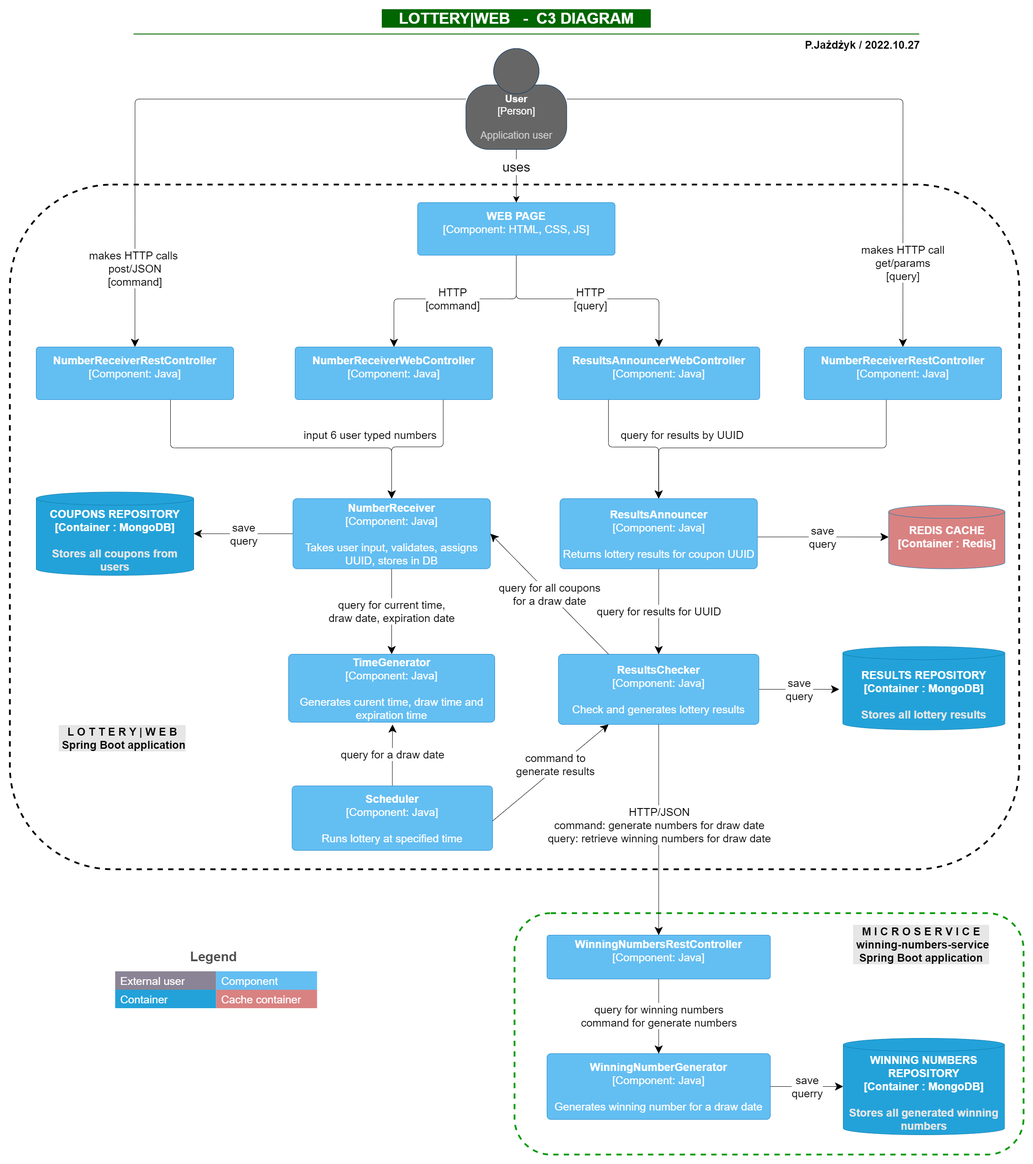
pjazdzyk/lottery-web keeps this draw.io diagram as architecture/C3_Architecture.png. Above is the earlier version. Source tidied: cells renumbered, new cells last; positions are measured from the earlier drawing's top-left corner, leaving out a move shared by most shapes.
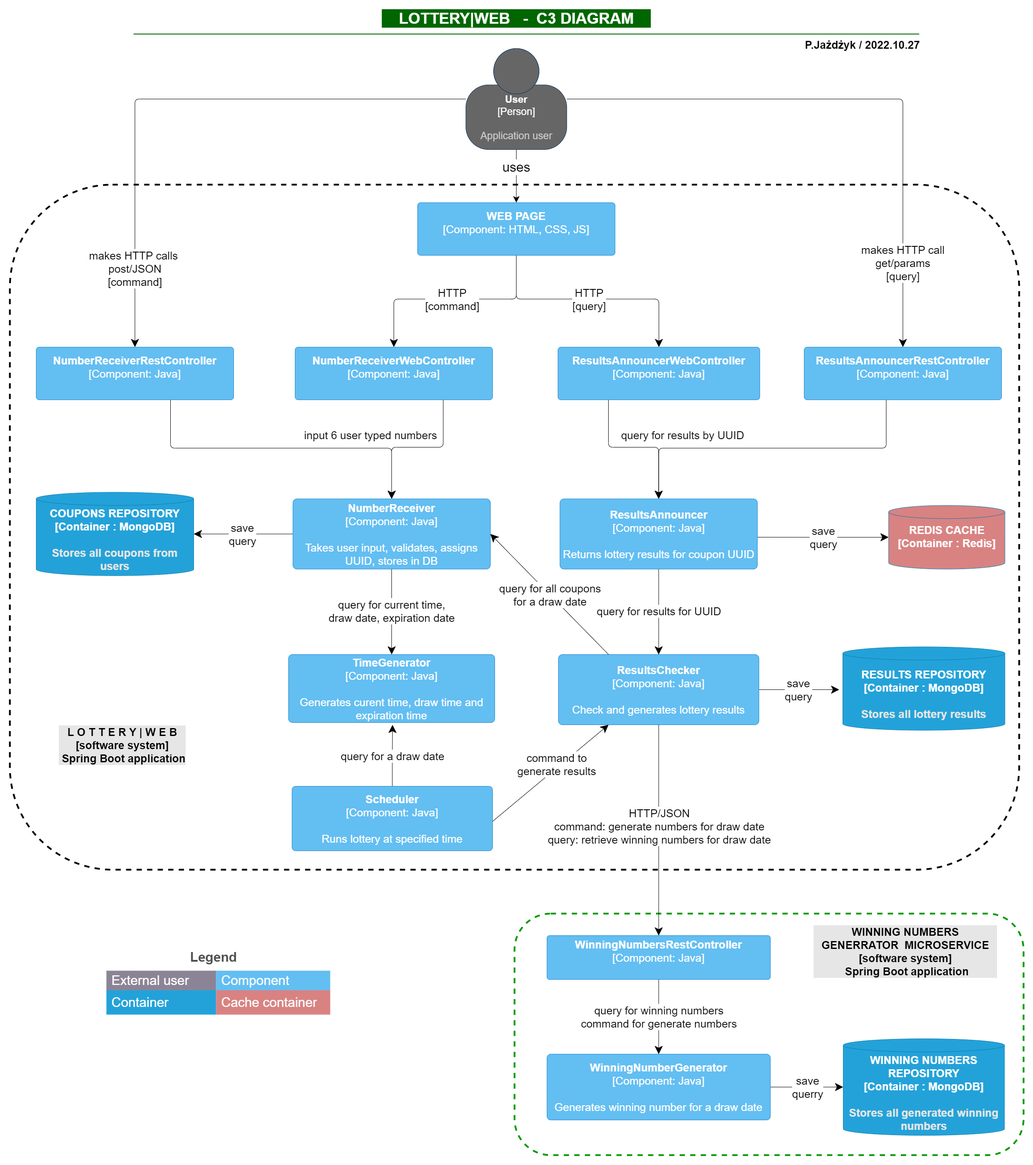
The same diagram one commit later.

The edit, as a diff of the source:
```diff
@@ -88,7 +88,7 @@
         <mxPoint x="1" as="offset" />
       </mxGeometry>
     </mxCell>
-    <object id="20" label="&lt;font style=&quot;font-size: 25px;&quot;&gt;&lt;b style=&quot;font-size: 25px;&quot;&gt;%c4Name%&lt;/b&gt;&lt;/font&gt;&lt;div style=&quot;font-size: 25px;&quot;&gt;[%c4Type%: %c4Technology%]&lt;/div&gt;&lt;br style=&quot;font-size: 25px;&quot;&gt;&lt;div style=&quot;font-size: 25px;&quot;&gt;&lt;font style=&quot;font-size: 25px;&quot;&gt;%c4Description%&lt;/font&gt;&lt;/div&gt;" c4Description="" c4Name="NumberReceiverRestController" c4Technology="Java" c4Type="Component" placeholders="1">
+    <object id="20" label="&lt;font style=&quot;font-size: 25px;&quot;&gt;&lt;b style=&quot;font-size: 25px;&quot;&gt;%c4Name%&lt;/b&gt;&lt;/font&gt;&lt;div style=&quot;font-size: 25px;&quot;&gt;[%c4Type%: %c4Technology%]&lt;/div&gt;&lt;br style=&quot;font-size: 25px;&quot;&gt;&lt;div style=&quot;font-size: 25px;&quot;&gt;&lt;font style=&quot;font-size: 25px;&quot;&gt;%c4Description%&lt;/font&gt;&lt;/div&gt;" c4Description="" c4Name="ResultsAnnouncerRestController" c4Technology="Java" c4Type="Component" placeholders="1">
       <mxCell style="rounded=1;whiteSpace=wrap;html=1;labelBackgroundColor=none;fillColor=#63BEF2;fontColor=#ffffff;align=center;arcSize=6;strokeColor=#2086C9;points=[[0.25,0,0],[0.5,0,0],[0.75,0,0],[1,0.25,0],[1,0.5,0],[1,0.75,0],[0.75,1,0],[0.5,1,0],[0.25,1,0],[0,0.75,0],[0,0.5,0],[0,0.25,0]];fontSize=25;" parent="1" vertex="1">
         <mxGeometry x="1810" y="769" width="450" height="120" as="geometry" />
       </mxCell>
@@ -164,20 +164,20 @@
     <mxCell id="37" value="query for all coupons&lt;br&gt;for a draw date" style="endArrow=classic;html=1;rounded=1;labelBackgroundColor=default;strokeColor=#000000;fontSize=25;fontColor=#000000;endSize=16;exitX=0.25;exitY=0;exitDx=0;exitDy=0;exitPerimeter=0;entryX=1;entryY=0.5;entryDx=0;entryDy=0;entryPerimeter=0;" parent="1" edge="1" source="29" target="23">
       <mxGeometry relative="1" as="geometry" />
     </mxCell>
-    <mxCell id="38" value="&lt;span style=&quot;font-size: 25px;&quot;&gt;External user&lt;/span&gt;" style="shape=partialRectangle;html=1;whiteSpace=wrap;fillColor=#8B8496;top=0;left=0;bottom=0;right=0;overflow=hidden;align=left;spacingLeft=10;fontColor=#FFFFFF;fontSize=25;" parent="1" vertex="1">
-      <mxGeometry x="240" y="2191.5" width="230" height="42" as="geometry" />
+    <mxCell id="38" value="&lt;span style=&quot;font-size: 30px;&quot;&gt;External user&lt;/span&gt;" style="shape=partialRectangle;html=1;whiteSpace=wrap;fillColor=#8B8496;top=0;left=0;bottom=0;right=0;overflow=hidden;align=left;spacingLeft=10;fontColor=#FFFFFF;fontSize=30;" parent="1" vertex="1">
+      <mxGeometry x="220" y="2189" width="250" height="44.5" as="geometry" />
     </mxCell>
-    <mxCell id="39" value="&lt;span style=&quot;font-size: 25px;&quot;&gt;Container&lt;/span&gt;" style="shape=partialRectangle;html=1;whiteSpace=wrap;fillColor=#23A2D9;top=0;left=0;bottom=0;right=0;overflow=hidden;align=left;spacingLeft=10;fontColor=#FFFFFF;fontSize=25;" parent="1" vertex="1">
-      <mxGeometry x="240" y="2233.5" width="230" height="42" as="geometry" />
+    <mxCell id="39" value="&lt;span style=&quot;font-size: 30px;&quot;&gt;Container&lt;/span&gt;" style="shape=partialRectangle;html=1;whiteSpace=wrap;fillColor=#23A2D9;top=0;left=0;bottom=0;right=0;overflow=hidden;align=left;spacingLeft=10;fontColor=#FFFFFF;fontSize=30;" parent="1" vertex="1">
+      <mxGeometry x="220" y="2233.5" width="250" height="55.5" as="geometry" />
     </mxCell>
-    <mxCell id="40" value="&lt;span style=&quot;font-size: 25px;&quot;&gt;Component&lt;/span&gt;" style="shape=partialRectangle;html=1;whiteSpace=wrap;fillColor=#63BEF2;top=0;left=0;bottom=0;right=0;overflow=hidden;align=left;spacingLeft=10;fontColor=#FFFFFF;fontSize=25;" parent="1" vertex="1">
-      <mxGeometry x="470" y="2191.5" width="230" height="42" as="geometry" />
+    <mxCell id="40" value="&lt;span style=&quot;font-size: 30px;&quot;&gt;Component&lt;/span&gt;" style="shape=partialRectangle;html=1;whiteSpace=wrap;fillColor=#63BEF2;top=0;left=0;bottom=0;right=0;overflow=hidden;align=left;spacingLeft=10;fontColor=#FFFFFF;fontSize=30;" parent="1" vertex="1">
+      <mxGeometry x="470" y="2189" width="260" height="44.5" as="geometry" />
     </mxCell>
-    <mxCell id="41" value="&lt;span style=&quot;font-size: 25px;&quot;&gt;Cache container&lt;/span&gt;" style="shape=partialRectangle;html=1;whiteSpace=wrap;fillColor=#D98282;top=0;left=0;bottom=0;right=0;overflow=hidden;align=left;spacingLeft=10;fontColor=#FFFFFF;fontSize=25;" parent="1" vertex="1">
-      <mxGeometry x="470" y="2233.5" width="230" height="42" as="geometry" />
+    <mxCell id="41" value="&lt;span style=&quot;font-size: 30px;&quot;&gt;Cache container&lt;/span&gt;" style="shape=partialRectangle;html=1;whiteSpace=wrap;fillColor=#D98282;top=0;left=0;bottom=0;right=0;overflow=hidden;align=left;spacingLeft=10;fontColor=#FFFFFF;fontSize=30;" parent="1" vertex="1">
+      <mxGeometry x="470" y="2233.5" width="260" height="55.5" as="geometry" />
     </mxCell>
-    <mxCell id="42" value="&lt;div style=&quot;text-align: center;&quot;&gt;&lt;span style=&quot;&quot;&gt;M I C R O S E R V I C E&lt;/span&gt;&lt;/div&gt;&lt;div style=&quot;text-align: center;&quot;&gt;&lt;span style=&quot;&quot;&gt;&amp;nbsp;winning-numbers-service&lt;/span&gt;&lt;/div&gt;&lt;div style=&quot;text-align: center;&quot;&gt;&lt;span style=&quot;&quot;&gt;Spring Boot application&lt;/span&gt;&lt;/div&gt;" style="text;whiteSpace=wrap;html=1;fontSize=25;fontColor=#000000;strokeWidth=3;fontStyle=1;labelBackgroundColor=#E6E6E6;" parent="1" vertex="1">
-      <mxGeometry x="1920" y="2079" width="370" height="50" as="geometry" />
+    <mxCell id="42" value="&lt;div style=&quot;text-align: center;&quot;&gt;&lt;span style=&quot;&quot;&gt;WINNING NUMBERS GENERRATOR&amp;nbsp; MICROSERVICE&lt;/span&gt;&lt;/div&gt;&lt;div style=&quot;text-align: center;&quot;&gt;&lt;span style=&quot;&quot;&gt;[software system]&lt;/span&gt;&lt;/div&gt;&lt;div style=&quot;text-align: center;&quot;&gt;&lt;span style=&quot;&quot;&gt;&amp;nbsp;&lt;/span&gt;Spring Boot application&lt;/div&gt;" style="text;whiteSpace=wrap;html=1;fontSize=25;fontColor=#000000;strokeWidth=3;fontStyle=1;labelBackgroundColor=#E6E6E6;" parent="1" vertex="1">
+      <mxGeometry x="1830" y="2079" width="420" height="40" as="geometry" />
     </mxCell>
     <mxCell id="43" value="&lt;div style=&quot;text-align: center;&quot;&gt;&lt;span style=&quot;background-color: rgb(255, 255, 255);&quot;&gt;P.Jażdżyk / 2022.10.27&lt;/span&gt;&lt;/div&gt;" style="text;whiteSpace=wrap;html=1;fontSize=25;fontColor=#000000;strokeWidth=3;fontStyle=1;" parent="1" vertex="1">
       <mxGeometry x="1810" y="59" width="370" height="50" as="geometry" />
@@ -213,7 +213,7 @@
         <mxGeometry x="1224" y="2379" width="509" height="150" as="geometry" />
       </mxCell>
     </object>
-    <mxCell id="51" value="&lt;div style=&quot;text-align: center;&quot;&gt;&lt;span style=&quot;&quot;&gt;L O T T E R Y | W E B&lt;/span&gt;&lt;/div&gt;&lt;div style=&quot;text-align: center;&quot;&gt;&lt;span style=&quot;&quot;&gt;&amp;nbsp;Spring Boot application&lt;/span&gt;&lt;/div&gt;" style="text;whiteSpace=wrap;html=1;fontSize=25;fontColor=#000000;strokeWidth=3;fontStyle=1;labelBackgroundColor=#E6E6E6;" parent="1" vertex="1">
+    <mxCell id="51" value="&lt;div style=&quot;text-align: center;&quot;&gt;&lt;span style=&quot;&quot;&gt;L O T T E R Y | W E B&lt;/span&gt;&lt;/div&gt;&lt;div style=&quot;text-align: center;&quot;&gt;&lt;span style=&quot;&quot;&gt;[software system]&lt;/span&gt;&lt;/div&gt;&lt;div style=&quot;text-align: center;&quot;&gt;&lt;span style=&quot;&quot;&gt;&amp;nbsp;Spring Boot application&lt;/span&gt;&lt;/div&gt;" style="text;whiteSpace=wrap;html=1;fontSize=25;fontColor=#000000;strokeWidth=3;fontStyle=1;labelBackgroundColor=#E6E6E6;" parent="1" vertex="1">
       <mxGeometry x="110" y="1624" width="370" height="50" as="geometry" />
     </mxCell>
   </root>
```
